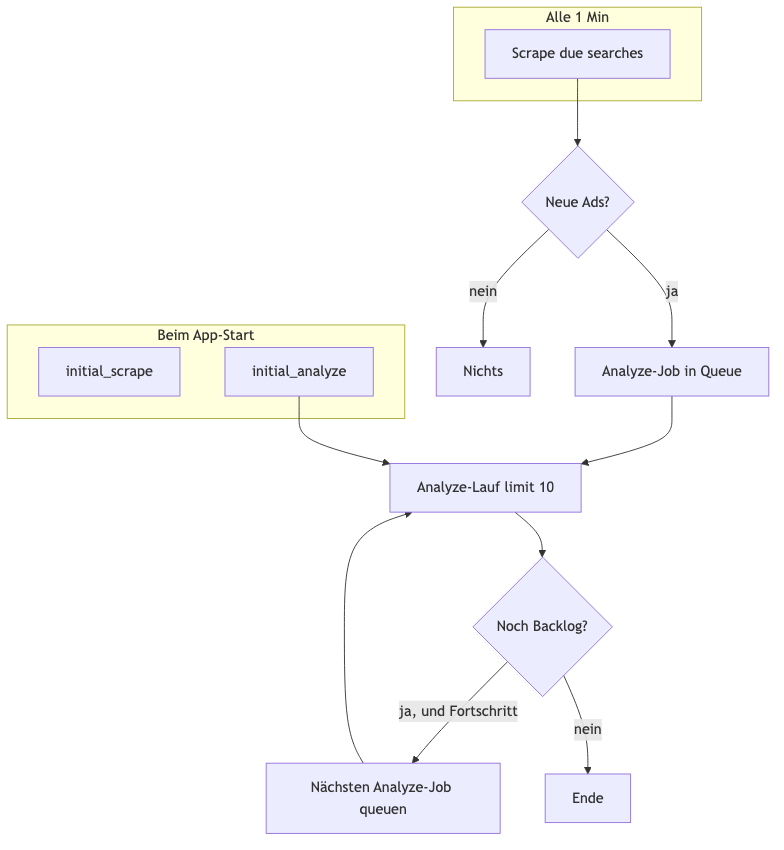
Before: docs/architecture/architecture-scheduler-flow.png, a diagram exported from Mermaid (Pikktee/schnappster). Its source is kept beside it as docs/architecture/architecture-scheduler-flow.mmd.
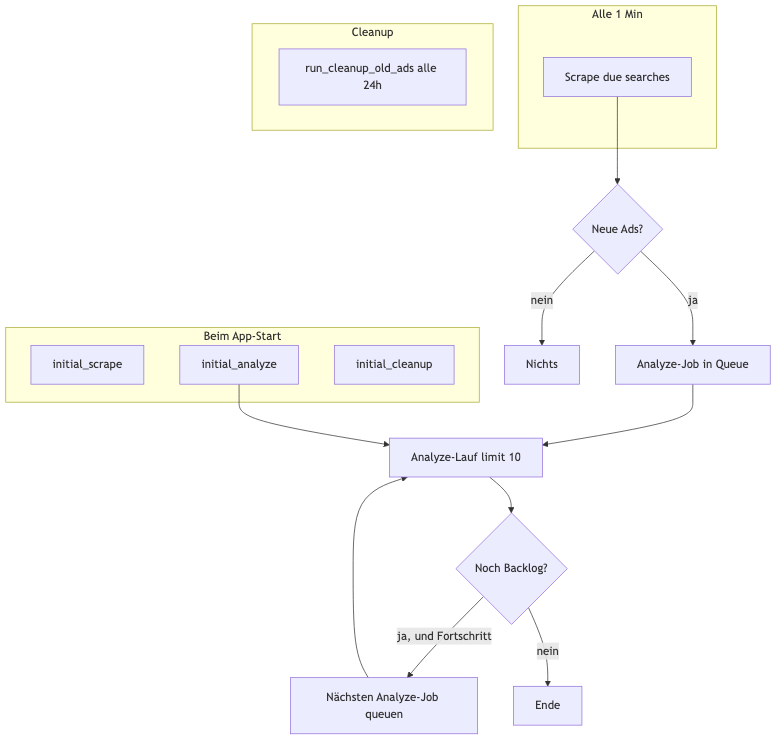
The same file after the commit.

Commit message:
docs: Architektur-Diagramme, CLI-Docs und Extension-Dokumentation aktualisiert

The edit, as a diff of the source:
```diff
@@ -3,10 +3,15 @@
     subgraph startup [Beim App-Start]
         S0[initial_scrape]
         A0[initial_analyze]
+        C0[initial_cleanup]
     end
 
     subgraph interval [Alle 1 Min]
         S1[Scrape due searches]
+    end
+
+    subgraph cleanup [Cleanup]
+        C1[run_cleanup_old_ads alle 24h]
     end
 
     S1 --> N{Neue Ads?}
```
